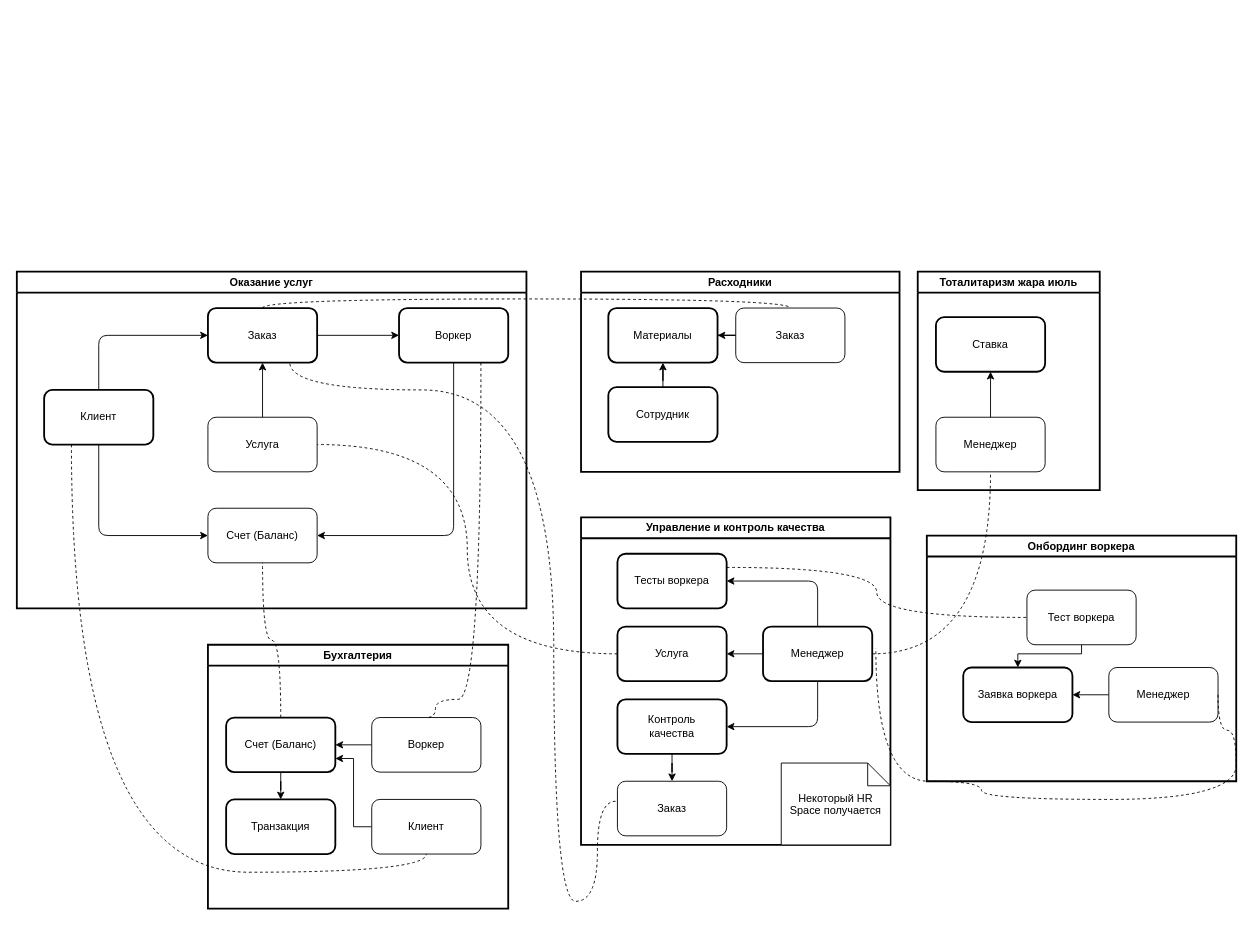
Above: 2/model.drawio in teddybear/system_analysis_course (draw.io), before the change. Source tidied: cells renumbered, new cells numbered last; positions are measured from the earlier drawing's top-left corner, leaving out a move shared by most shapes. Both pictures are drawn from the tidied source at 91%, with x=0, y=0 at pixel (16, 271).
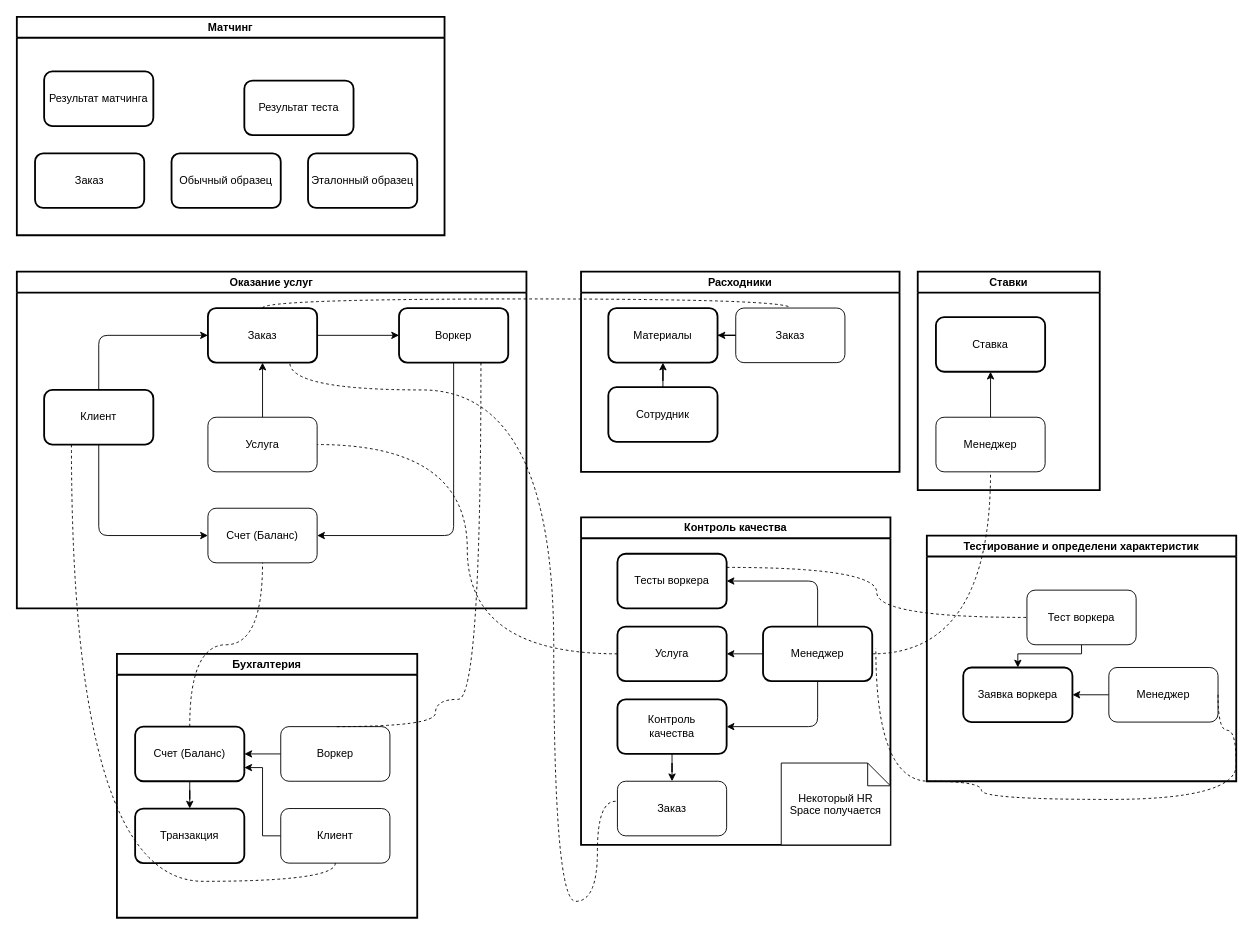
After the change.

The edit, as a diff of the source:
```diff
@@
-    <mxCell id="19" value="Онбординг воркера" style="swimlane;whiteSpace=wrap;html=1;strokeWidth=2;" parent="1" vertex="1">
+    <mxCell id="19" value="Тестирование и определени характеристик" style="swimlane;whiteSpace=wrap;html=1;strokeWidth=2;" parent="1" vertex="1">
       <mxGeometry x="1000" y="290" width="340" height="270" as="geometry" />
     </mxCell>
@@
     <mxCell id="26" value="Бухгалтерия" style="swimlane;whiteSpace=wrap;html=1;strokeWidth=2;" parent="1" vertex="1">
-      <mxGeometry x="210" y="410" width="330" height="290" as="geometry" />
+      <mxGeometry x="110" y="420" width="330" height="290" as="geometry" />
     </mxCell>
@@
-    <mxCell id="39" value="Тоталитаризм жара июль" style="swimlane;whiteSpace=wrap;html=1;strokeWidth=2;" parent="1" vertex="1">
+    <mxCell id="39" value="Ставки" style="swimlane;whiteSpace=wrap;html=1;strokeWidth=2;" parent="1" vertex="1">
       <mxGeometry x="990" width="200" height="240" as="geometry" />
     </mxCell>
@@
-    <mxCell id="46" value="Управление и контроль качества" style="swimlane;whiteSpace=wrap;html=1;strokeWidth=2;" parent="1" vertex="1">
+    <mxCell id="46" value="Контроль качества" style="swimlane;whiteSpace=wrap;html=1;strokeWidth=2;" parent="1" vertex="1">
       <mxGeometry x="620" y="270" width="340" height="360" as="geometry" />
     </mxCell>
@@
+    <mxCell id="61" value="Матчинг" style="swimlane;whiteSpace=wrap;html=1;strokeWidth=2;" parent="1" vertex="1">
+      <mxGeometry y="-280" width="470" height="240" as="geometry" />
+    </mxCell>
+    <mxCell id="62" value="Обычный образец" style="rounded=1;whiteSpace=wrap;html=1;strokeWidth=2;" parent="61" vertex="1">
+      <mxGeometry x="170" y="150" width="120" height="60" as="geometry" />
+    </mxCell>
+    <mxCell id="63" value="Результат теста" style="rounded=1;whiteSpace=wrap;html=1;strokeWidth=2;" parent="61" vertex="1">
+      <mxGeometry x="250" y="70" width="120" height="60" as="geometry" />
+    </mxCell>
+    <mxCell id="64" value="Заказ" style="rounded=1;whiteSpace=wrap;html=1;strokeWidth=2;" parent="61" vertex="1">
+      <mxGeometry x="20" y="150" width="120" height="60" as="geometry" />
+    </mxCell>
+    <mxCell id="65" value="Эталонный образец" style="rounded=1;whiteSpace=wrap;html=1;strokeWidth=2;" parent="61" vertex="1">
+      <mxGeometry x="320" y="150" width="120" height="60" as="geometry" />
+    </mxCell>
+    <mxCell id="66" value="Результат матчинга" style="rounded=1;whiteSpace=wrap;html=1;strokeWidth=2;" parent="61" vertex="1">
+      <mxGeometry x="30" y="60" width="120" height="60" as="geometry" />
+    </mxCell>
```
